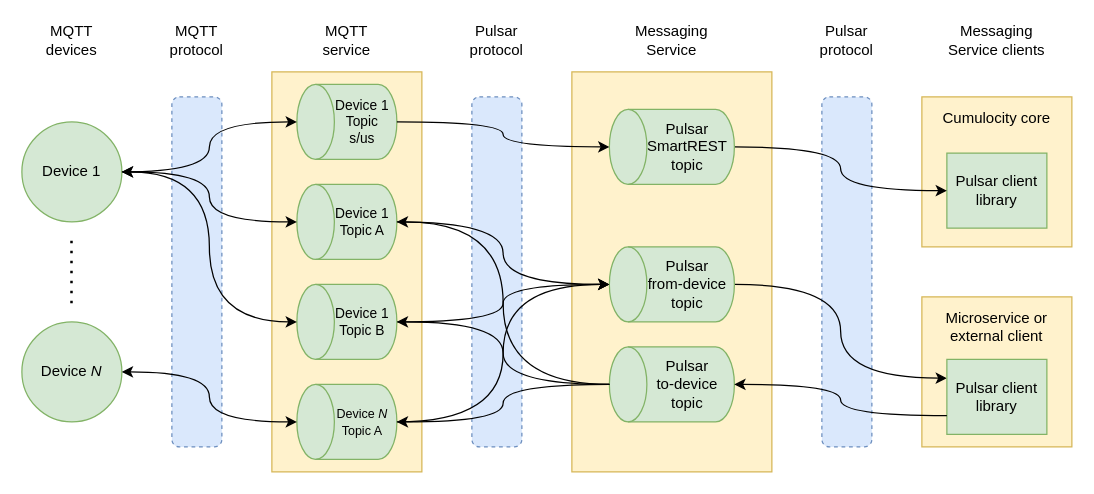
Earlier version of the draw.io diagram static/images/mqtt-service/mqtt-service-architecture.drawio (Cumulocity-IoT/c8y-docs). Source tidied: cells renumbered, new cells numbered last; positions are measured from the earlier drawing's top-left corner, leaving out a move shared by most shapes. Both pictures are drawn from the tidied source at 125%, with x=0, y=0 at pixel (21, 21).
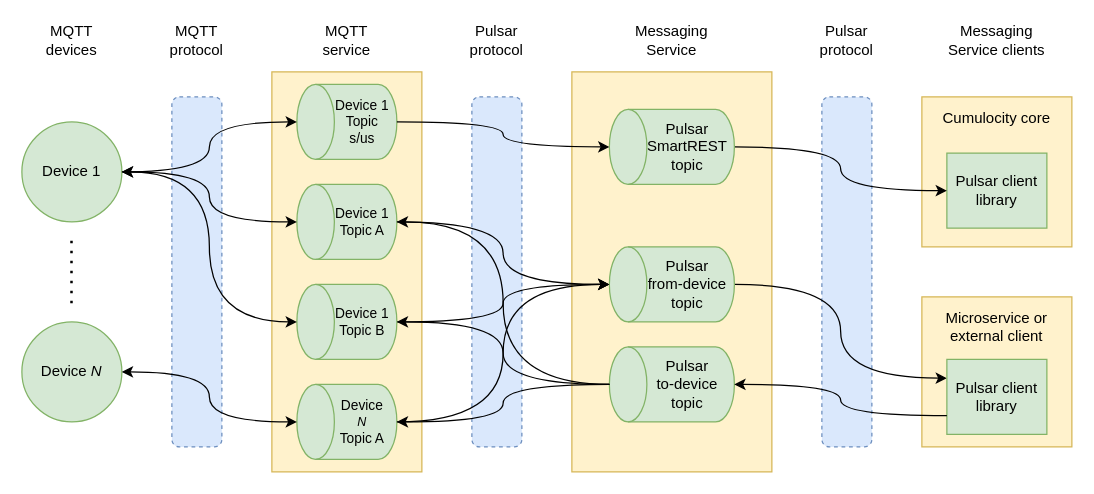
The same diagram, later.

Commit message (it also covers changes not shown here):
MTM-64962 Fix inconsistent font size

Diff of the diagram source:
```diff
@@
-    <mxCell id="13" value="&lt;font style=&quot;font-size: 10px;&quot;&gt;Device &lt;i&gt;N&lt;/i&gt;&lt;br&gt;Topic A&lt;/font&gt;" style="shape=cylinder3;whiteSpace=wrap;html=1;boundedLbl=1;backgroundOutline=1;size=15;direction=north;fillColor=#d5e8d4;strokeColor=#82b366;fontSize=11;" parent="1" vertex="1">
+    <mxCell id="13" value="&lt;font&gt;Device &lt;i style=&quot;&quot;&gt;&lt;font style=&quot;font-size: 10px;&quot;&gt;N&lt;/font&gt;&lt;/i&gt;&lt;br&gt;Topic A&lt;/font&gt;" style="shape=cylinder3;whiteSpace=wrap;html=1;boundedLbl=1;backgroundOutline=1;size=15;direction=north;fillColor=#d5e8d4;strokeColor=#82b366;fontSize=11;" parent="1" vertex="1">
       <mxGeometry x="220" y="290" width="80" height="60" as="geometry" />
     </mxCell>
```
